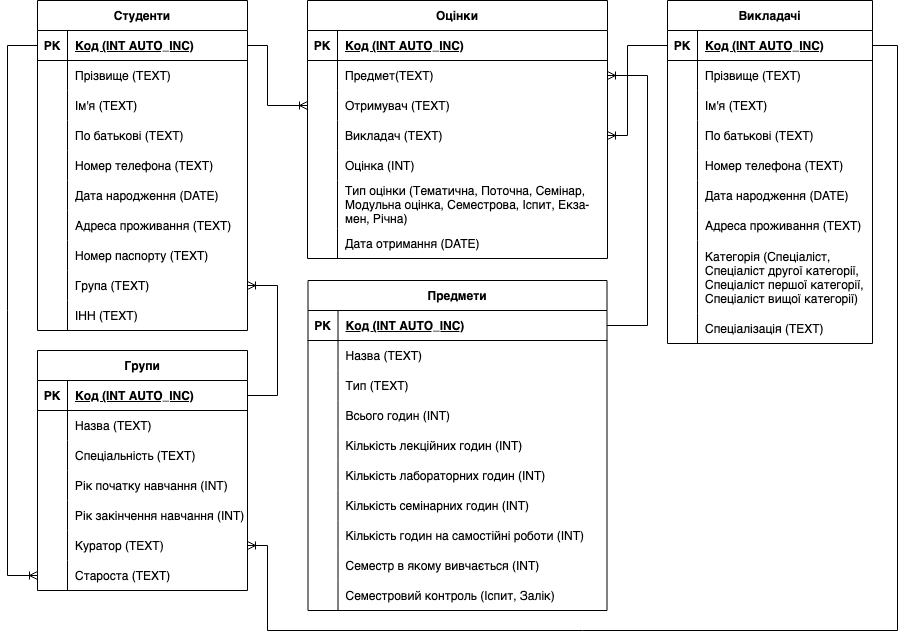
The draw.io diagram docs/ER-Diagram-With-DataTypes.png in MikeostCorp/Gradify, before a commit. Source tidied: cells renumbered, new cells last; positions are measured from the earlier drawing's top-left corner, leaving out a move shared by most shapes.
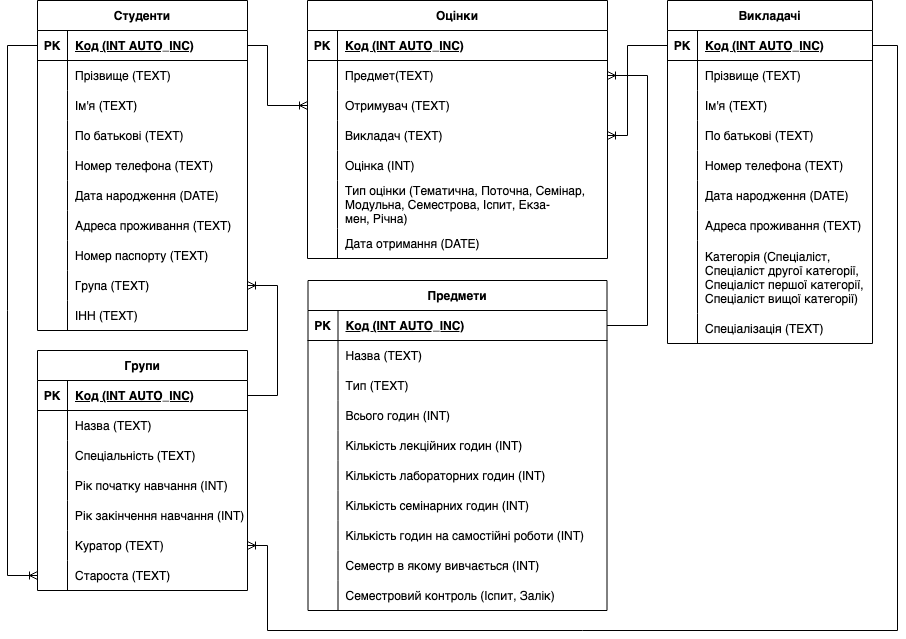
Later version of the same file.

Commit message:
docs: fix element in set column "Оцінки"

Change to the diagram source:
```diff
@@ -299,7 +299,7 @@
     <mxCell id="100" style="shape=partialRectangle;fillColor=none;top=0;left=0;bottom=0;right=0;overflow=hidden;" parent="99" vertex="1">
       <mxGeometry width="30" height="48" as="geometry" />
     </mxCell>
-    <mxCell id="101" value="Тип оцінки (Тематична, Поточна, Семінар,&#10;Модульна оцінка, Семестрова, Іспит, Екза-&#10;мен, Річна)" style="shape=partialRectangle;fillColor=none;top=0;left=0;bottom=0;right=0;align=left;spacingLeft=6;overflow=hidden;" parent="99" vertex="1">
+    <mxCell id="101" value="Тип оцінки (Тематична, Поточна, Семінар,&#10;Модульна, Семестрова, Іспит, Екза-&#10;мен, Річна)" style="shape=partialRectangle;fillColor=none;top=0;left=0;bottom=0;right=0;align=left;spacingLeft=6;overflow=hidden;" parent="99" vertex="1">
       <mxGeometry x="30" width="270" height="48" as="geometry" />
     </mxCell>
     <mxCell id="102" style="shape=tableRow;horizontal=0;startSize=0;swimlaneHead=0;swimlaneBody=0;fillColor=none;top=0;left=0;right=0;bottom=0;" parent="83" vertex="1">
```
